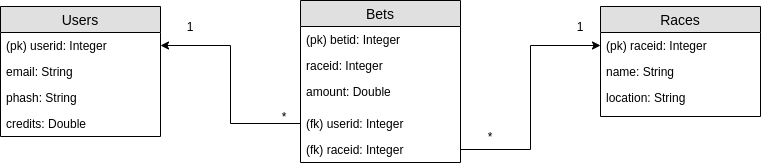
Earlier version of the draw.io export documentation/Totogram.png (Tykky/toto-betting). Source tidied: cells renumbered, new cells last; positions are measured from the earlier drawing's top-left corner, leaving out a move shared by most shapes. The source it was exported from:
```xml
<mxGraphModel>
  <root>
    <mxCell id="0" />
    <mxCell id="1" parent="0" />
    <mxCell id="2" value="Users" style="swimlane;fontStyle=0;horizontal=1;startSize=26;fillColor=#e0e0e0;swimlaneFillColor=#ffffff;align=center;fontSize=14;" parent="1" vertex="1">
      <mxGeometry y="6" width="160" height="130" as="geometry" />
    </mxCell>
    <mxCell id="3" value="(pk) userid: Integer" style="text;strokeColor=none;fillColor=none;spacingLeft=4;spacingRight=4;overflow=hidden;points=[[0,0.5],[1,0.5]];portConstraint=eastwest;fontSize=12;" parent="2" vertex="1">
      <mxGeometry y="26" width="160" height="26" as="geometry" />
    </mxCell>
    <mxCell id="4" value="email: String" style="text;strokeColor=none;fillColor=none;spacingLeft=4;spacingRight=4;overflow=hidden;fontSize=12;" parent="2" vertex="1">
      <mxGeometry y="52" width="160" height="26" as="geometry" />
    </mxCell>
    <mxCell id="5" value="phash: String" style="text;strokeColor=none;fillColor=none;spacingLeft=4;spacingRight=4;overflow=hidden;fontSize=12;" parent="2" vertex="1">
      <mxGeometry y="78" width="160" height="26" as="geometry" />
    </mxCell>
    <mxCell id="6" value="credits: Double" style="text;strokeColor=none;fillColor=none;spacingLeft=4;spacingRight=4;overflow=hidden;fontSize=12;" parent="2" vertex="1">
      <mxGeometry y="104" width="160" height="26" as="geometry" />
    </mxCell>
    <mxCell id="7" value="Bets" style="swimlane;fontStyle=0;horizontal=1;startSize=26;fillColor=#e0e0e0;swimlaneFillColor=#ffffff;align=center;fontSize=14;" parent="1" vertex="1">
      <mxGeometry x="300" width="160" height="162" as="geometry" />
    </mxCell>
    <mxCell id="8" value="(pk) betid: Integer" style="text;strokeColor=none;fillColor=none;spacingLeft=4;spacingRight=4;overflow=hidden;fontSize=12;" parent="7" vertex="1">
      <mxGeometry y="26" width="160" height="26" as="geometry" />
    </mxCell>
    <mxCell id="9" value="raceid: Integer" style="text;strokeColor=none;fillColor=none;spacingLeft=4;spacingRight=4;overflow=hidden;fontSize=12;" parent="7" vertex="1">
      <mxGeometry y="52" width="160" height="26" as="geometry" />
    </mxCell>
    <mxCell id="10" value="amount: Double" style="text;strokeColor=none;fillColor=none;spacingLeft=4;spacingRight=4;overflow=hidden;fontSize=12;" parent="7" vertex="1">
      <mxGeometry y="78" width="160" height="32" as="geometry" />
    </mxCell>
    <mxCell id="11" value="(fk) userid: Integer" style="text;strokeColor=none;fillColor=none;spacingLeft=4;spacingRight=4;overflow=hidden;points=[[0,0.5],[1,0.5]];portConstraint=eastwest;fontSize=12;" parent="7" vertex="1">
      <mxGeometry y="110" width="160" height="26" as="geometry" />
    </mxCell>
    <mxCell id="12" value="(fk) raceid: Integer" style="text;strokeColor=none;fillColor=none;spacingLeft=4;spacingRight=4;overflow=hidden;points=[[0,0.5],[1,0.5]];portConstraint=eastwest;fontSize=12;" parent="7" vertex="1">
      <mxGeometry y="136" width="160" height="26" as="geometry" />
    </mxCell>
    <mxCell id="13" style="edgeStyle=orthogonalEdgeStyle;rounded=0;jettySize=auto;html=1;exitX=0;exitY=0.5;exitDx=0;exitDy=0;entryX=1;entryY=0.5;entryDx=0;entryDy=0;" parent="1" edge="1" source="11" target="3">
      <mxGeometry relative="1" as="geometry" />
    </mxCell>
    <mxCell id="14" value="1" style="text;html=1;strokeColor=none;fillColor=none;align=center;verticalAlign=middle;whiteSpace=wrap;rounded=0;" parent="1" vertex="1">
      <mxGeometry x="170" y="16" width="40" height="20" as="geometry" />
    </mxCell>
    <mxCell id="15" value="*" style="text;html=1;strokeColor=none;fillColor=none;align=center;verticalAlign=middle;whiteSpace=wrap;rounded=0;" parent="1" vertex="1">
      <mxGeometry x="264" y="106" width="40" height="20" as="geometry" />
    </mxCell>
    <mxCell id="16" value="Races" style="swimlane;fontStyle=0;horizontal=1;startSize=26;fillColor=#e0e0e0;swimlaneFillColor=#ffffff;align=center;fontSize=14;" parent="1" vertex="1">
      <mxGeometry x="600" y="6" width="160" height="110" as="geometry" />
    </mxCell>
    <mxCell id="17" value="(pk) raceid: Integer" style="text;strokeColor=none;fillColor=none;spacingLeft=4;spacingRight=4;overflow=hidden;points=[[0,0.5],[1,0.5]];portConstraint=eastwest;fontSize=12;" parent="16" vertex="1">
      <mxGeometry y="26" width="160" height="26" as="geometry" />
    </mxCell>
    <mxCell id="18" value="name: String" style="text;strokeColor=none;fillColor=none;spacingLeft=4;spacingRight=4;overflow=hidden;fontSize=12;" parent="16" vertex="1">
      <mxGeometry y="52" width="160" height="26" as="geometry" />
    </mxCell>
    <mxCell id="19" value="location: String" style="text;strokeColor=none;fillColor=none;spacingLeft=4;spacingRight=4;overflow=hidden;fontSize=12;" parent="16" vertex="1">
      <mxGeometry y="78" width="160" height="32" as="geometry" />
    </mxCell>
    <mxCell id="20" style="edgeStyle=orthogonalEdgeStyle;rounded=0;jettySize=auto;html=1;exitX=1;exitY=0.5;exitDx=0;exitDy=0;entryX=0;entryY=0.5;entryDx=0;entryDy=0;" parent="1" edge="1" source="12" target="17">
      <mxGeometry relative="1" as="geometry" />
    </mxCell>
    <mxCell id="21" value="1" style="text;html=1;strokeColor=none;fillColor=none;align=center;verticalAlign=middle;whiteSpace=wrap;rounded=0;" parent="1" vertex="1">
      <mxGeometry x="560" y="16" width="40" height="20" as="geometry" />
    </mxCell>
    <mxCell id="22" value="*" style="text;html=1;strokeColor=none;fillColor=none;align=center;verticalAlign=middle;whiteSpace=wrap;rounded=0;" parent="1" vertex="1">
      <mxGeometry x="470" y="126" width="40" height="20" as="geometry" />
    </mxCell>
  </root>
</mxGraphModel>
```
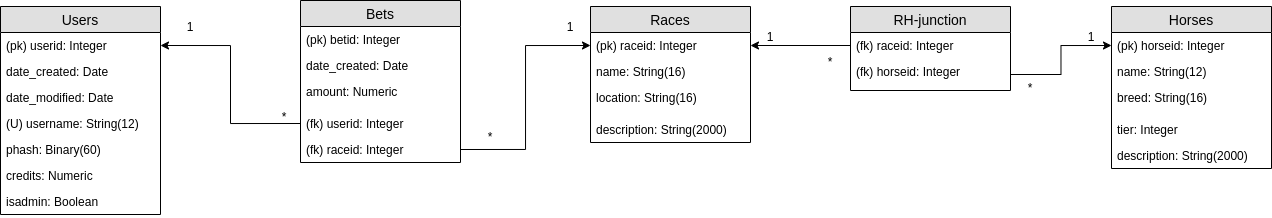
After the change.

Commit message:
Update database diagram

Diff of the diagram source:
```diff
@@ -3,30 +3,39 @@
     <mxCell id="0" />
     <mxCell id="1" parent="0" />
     <mxCell id="2" value="Users" style="swimlane;fontStyle=0;horizontal=1;startSize=26;fillColor=#e0e0e0;swimlaneFillColor=#ffffff;align=center;fontSize=14;" parent="1" vertex="1">
-      <mxGeometry y="6" width="160" height="130" as="geometry" />
+      <mxGeometry y="6" width="160" height="208" as="geometry" />
     </mxCell>
     <mxCell id="3" value="(pk) userid: Integer" style="text;strokeColor=none;fillColor=none;spacingLeft=4;spacingRight=4;overflow=hidden;points=[[0,0.5],[1,0.5]];portConstraint=eastwest;fontSize=12;" parent="2" vertex="1">
       <mxGeometry y="26" width="160" height="26" as="geometry" />
     </mxCell>
+    <mxCell id="23" value="date_created: Date" style="text;strokeColor=none;fillColor=none;spacingLeft=4;spacingRight=4;overflow=hidden;fontSize=12;" parent="2" vertex="1">
+      <mxGeometry y="52" width="160" height="26" as="geometry" />
+    </mxCell>
+    <mxCell id="24" value="date_modified: Date" style="text;strokeColor=none;fillColor=none;spacingLeft=4;spacingRight=4;overflow=hidden;fontSize=12;" parent="2" vertex="1">
+      <mxGeometry y="78" width="160" height="26" as="geometry" />
+    </mxCell>
-    <mxCell id="4" value="email: String" style="text;strokeColor=none;fillColor=none;spacingLeft=4;spacingRight=4;overflow=hidden;fontSize=12;" parent="2" vertex="1">
-      <mxGeometry y="52" width="160" height="26" as="geometry" />
+    <mxCell id="4" value="(U) username: String(12)" style="text;strokeColor=none;fillColor=none;spacingLeft=4;spacingRight=4;overflow=hidden;fontSize=12;" parent="2" vertex="1">
+      <mxGeometry y="104" width="160" height="26" as="geometry" />
     </mxCell>
-    <mxCell id="5" value="phash: String" style="text;strokeColor=none;fillColor=none;spacingLeft=4;spacingRight=4;overflow=hidden;fontSize=12;" parent="2" vertex="1">
-      <mxGeometry y="78" width="160" height="26" as="geometry" />
+    <mxCell id="5" value="phash: Binary(60)" style="text;strokeColor=none;fillColor=none;spacingLeft=4;spacingRight=4;overflow=hidden;fontSize=12;" parent="2" vertex="1">
+      <mxGeometry y="130" width="160" height="26" as="geometry" />
     </mxCell>
-    <mxCell id="6" value="credits: Double" style="text;strokeColor=none;fillColor=none;spacingLeft=4;spacingRight=4;overflow=hidden;fontSize=12;" parent="2" vertex="1">
-      <mxGeometry y="104" width="160" height="26" as="geometry" />
+    <mxCell id="6" value="credits: Numeric" style="text;strokeColor=none;fillColor=none;spacingLeft=4;spacingRight=4;overflow=hidden;fontSize=12;" parent="2" vertex="1">
+      <mxGeometry y="156" width="160" height="26" as="geometry" />
     </mxCell>
+    <mxCell id="25" value="isadmin: Boolean" style="text;strokeColor=none;fillColor=none;spacingLeft=4;spacingRight=4;overflow=hidden;fontSize=12;" parent="2" vertex="1">
+      <mxGeometry y="182" width="160" height="26" as="geometry" />
+    </mxCell>
     <mxCell id="7" value="Bets" style="swimlane;fontStyle=0;horizontal=1;startSize=26;fillColor=#e0e0e0;swimlaneFillColor=#ffffff;align=center;fontSize=14;" parent="1" vertex="1">
       <mxGeometry x="300" width="160" height="162" as="geometry" />
     </mxCell>
     <mxCell id="8" value="(pk) betid: Integer" style="text;strokeColor=none;fillColor=none;spacingLeft=4;spacingRight=4;overflow=hidden;fontSize=12;" parent="7" vertex="1">
       <mxGeometry y="26" width="160" height="26" as="geometry" />
     </mxCell>
-    <mxCell id="9" value="raceid: Integer" style="text;strokeColor=none;fillColor=none;spacingLeft=4;spacingRight=4;overflow=hidden;fontSize=12;" parent="7" vertex="1">
-      <mxGeometry y="52" width="160" height="26" as="geometry" />
-    </mxCell>
+    <mxCell id="26" value="date_created: Date" style="text;strokeColor=none;fillColor=none;spacingLeft=4;spacingRight=4;overflow=hidden;fontSize=12;" parent="7" vertex="1">
+      <mxGeometry y="52" width="160" height="26" as="geometry" />
+    </mxCell>
-    <mxCell id="10" value="amount: Double" style="text;strokeColor=none;fillColor=none;spacingLeft=4;spacingRight=4;overflow=hidden;fontSize=12;" parent="7" vertex="1">
+    <mxCell id="10" value="amount: Numeric" style="text;strokeColor=none;fillColor=none;spacingLeft=4;spacingRight=4;overflow=hidden;fontSize=12;" parent="7" vertex="1">
       <mxGeometry y="78" width="160" height="32" as="geometry" />
     </mxCell>
     <mxCell id="11" value="(fk) userid: Integer" style="text;strokeColor=none;fillColor=none;spacingLeft=4;spacingRight=4;overflow=hidden;points=[[0,0.5],[1,0.5]];portConstraint=eastwest;fontSize=12;" parent="7" vertex="1">
@@ -44,26 +53,74 @@
     <mxCell id="15" value="*" style="text;html=1;strokeColor=none;fillColor=none;align=center;verticalAlign=middle;whiteSpace=wrap;rounded=0;" parent="1" vertex="1">
       <mxGeometry x="264" y="106" width="40" height="20" as="geometry" />
     </mxCell>
+    <mxCell id="20" style="edgeStyle=orthogonalEdgeStyle;rounded=0;jettySize=auto;html=1;exitX=1;exitY=0.5;exitDx=0;exitDy=0;entryX=0;entryY=0.5;entryDx=0;entryDy=0;" parent="1" edge="1" source="12" target="17">
+      <mxGeometry relative="1" as="geometry" />
+    </mxCell>
+    <mxCell id="21" value="1" style="text;html=1;strokeColor=none;fillColor=none;align=center;verticalAlign=middle;whiteSpace=wrap;rounded=0;" parent="1" vertex="1">
+      <mxGeometry x="550" y="16" width="40" height="20" as="geometry" />
+    </mxCell>
+    <mxCell id="22" value="*" style="text;html=1;strokeColor=none;fillColor=none;align=center;verticalAlign=middle;whiteSpace=wrap;rounded=0;" parent="1" vertex="1">
+      <mxGeometry x="470" y="126" width="40" height="20" as="geometry" />
+    </mxCell>
     <mxCell id="16" value="Races" style="swimlane;fontStyle=0;horizontal=1;startSize=26;fillColor=#e0e0e0;swimlaneFillColor=#ffffff;align=center;fontSize=14;" parent="1" vertex="1">
-      <mxGeometry x="600" y="6" width="160" height="110" as="geometry" />
+      <mxGeometry x="590" y="6" width="160" height="136" as="geometry" />
     </mxCell>
     <mxCell id="17" value="(pk) raceid: Integer" style="text;strokeColor=none;fillColor=none;spacingLeft=4;spacingRight=4;overflow=hidden;points=[[0,0.5],[1,0.5]];portConstraint=eastwest;fontSize=12;" parent="16" vertex="1">
       <mxGeometry y="26" width="160" height="26" as="geometry" />
     </mxCell>
-    <mxCell id="18" value="name: String" style="text;strokeColor=none;fillColor=none;spacingLeft=4;spacingRight=4;overflow=hidden;fontSize=12;" parent="16" vertex="1">
+    <mxCell id="18" value="name: String(16)" style="text;strokeColor=none;fillColor=none;spacingLeft=4;spacingRight=4;overflow=hidden;fontSize=12;" parent="16" vertex="1">
       <mxGeometry y="52" width="160" height="26" as="geometry" />
     </mxCell>
-    <mxCell id="19" value="location: String" style="text;strokeColor=none;fillColor=none;spacingLeft=4;spacingRight=4;overflow=hidden;fontSize=12;" parent="16" vertex="1">
+    <mxCell id="19" value="location: String(16)" style="text;strokeColor=none;fillColor=none;spacingLeft=4;spacingRight=4;overflow=hidden;fontSize=12;" parent="16" vertex="1">
       <mxGeometry y="78" width="160" height="32" as="geometry" />
     </mxCell>
-    <mxCell id="20" style="edgeStyle=orthogonalEdgeStyle;rounded=0;jettySize=auto;html=1;exitX=1;exitY=0.5;exitDx=0;exitDy=0;entryX=0;entryY=0.5;entryDx=0;entryDy=0;" parent="1" edge="1" source="12" target="17">
-      <mxGeometry relative="1" as="geometry" />
-    </mxCell>
-    <mxCell id="21" value="1" style="text;html=1;strokeColor=none;fillColor=none;align=center;verticalAlign=middle;whiteSpace=wrap;rounded=0;" parent="1" vertex="1">
-      <mxGeometry x="560" y="16" width="40" height="20" as="geometry" />
-    </mxCell>
-    <mxCell id="22" value="*" style="text;html=1;strokeColor=none;fillColor=none;align=center;verticalAlign=middle;whiteSpace=wrap;rounded=0;" parent="1" vertex="1">
-      <mxGeometry x="470" y="126" width="40" height="20" as="geometry" />
-    </mxCell>
+    <mxCell id="27" value="description: String(2000)" style="text;strokeColor=none;fillColor=none;spacingLeft=4;spacingRight=4;overflow=hidden;fontSize=12;" parent="16" vertex="1">
+      <mxGeometry y="110" width="160" height="26" as="geometry" />
+    </mxCell>
+    <mxCell id="28" value="Horses" style="swimlane;fontStyle=0;horizontal=1;startSize=26;fillColor=#e0e0e0;swimlaneFillColor=#ffffff;align=center;fontSize=14;" parent="1" vertex="1">
+      <mxGeometry x="1111" y="6" width="160" height="162" as="geometry" />
+    </mxCell>
+    <mxCell id="29" value="(pk) horseid: Integer" style="text;strokeColor=none;fillColor=none;spacingLeft=4;spacingRight=4;overflow=hidden;points=[[0,0.5],[1,0.5]];portConstraint=eastwest;fontSize=12;" parent="28" vertex="1">
+      <mxGeometry y="26" width="160" height="26" as="geometry" />
+    </mxCell>
+    <mxCell id="30" value="name: String(12)" style="text;strokeColor=none;fillColor=none;spacingLeft=4;spacingRight=4;overflow=hidden;fontSize=12;" parent="28" vertex="1">
+      <mxGeometry y="52" width="160" height="26" as="geometry" />
+    </mxCell>
+    <mxCell id="31" value="breed: String(16)" style="text;strokeColor=none;fillColor=none;spacingLeft=4;spacingRight=4;overflow=hidden;fontSize=12;" parent="28" vertex="1">
+      <mxGeometry y="78" width="160" height="32" as="geometry" />
+    </mxCell>
+    <mxCell id="32" value="tier: Integer" style="text;strokeColor=none;fillColor=none;spacingLeft=4;spacingRight=4;overflow=hidden;fontSize=12;" parent="28" vertex="1">
+      <mxGeometry y="110" width="160" height="26" as="geometry" />
+    </mxCell>
+    <mxCell id="33" value="description: String(2000)" style="text;strokeColor=none;fillColor=none;spacingLeft=4;spacingRight=4;overflow=hidden;fontSize=12;" parent="28" vertex="1">
+      <mxGeometry y="136" width="160" height="26" as="geometry" />
+    </mxCell>
+    <mxCell id="34" value="RH-junction" style="swimlane;fontStyle=0;horizontal=1;startSize=26;fillColor=#e0e0e0;swimlaneFillColor=#ffffff;align=center;fontSize=14;" parent="1" vertex="1">
+      <mxGeometry x="850" y="6" width="160" height="84" as="geometry" />
+    </mxCell>
+    <mxCell id="35" value="(fk) raceid: Integer" style="text;strokeColor=none;fillColor=none;spacingLeft=4;spacingRight=4;overflow=hidden;points=[[0,0.5],[1,0.5]];portConstraint=eastwest;fontSize=12;" parent="34" vertex="1">
+      <mxGeometry y="26" width="160" height="26" as="geometry" />
+    </mxCell>
+    <mxCell id="36" value="(fk) horseid: Integer" style="text;strokeColor=none;fillColor=none;spacingLeft=4;spacingRight=4;overflow=hidden;points=[[0,0.5],[1,0.5]];portConstraint=eastwest;fontSize=12;" parent="34" vertex="1">
+      <mxGeometry y="52" width="160" height="32" as="geometry" />
+    </mxCell>
+    <mxCell id="37" style="edgeStyle=orthogonalEdgeStyle;rounded=0;jettySize=auto;html=1;exitX=1;exitY=0.5;exitDx=0;exitDy=0;entryX=0;entryY=0.5;entryDx=0;entryDy=0;" parent="1" edge="1" source="36" target="29">
+      <mxGeometry relative="1" as="geometry" />
+    </mxCell>
+    <mxCell id="38" style="edgeStyle=orthogonalEdgeStyle;rounded=0;jettySize=auto;html=1;exitX=0;exitY=0.5;exitDx=0;exitDy=0;entryX=1;entryY=0.5;entryDx=0;entryDy=0;" parent="1" edge="1" source="35" target="17">
+      <mxGeometry relative="1" as="geometry" />
+    </mxCell>
+    <mxCell id="39" value="1" style="text;html=1;strokeColor=none;fillColor=none;align=center;verticalAlign=middle;whiteSpace=wrap;rounded=0;" parent="1" vertex="1">
+      <mxGeometry x="750" y="26" width="40" height="20" as="geometry" />
+    </mxCell>
+    <mxCell id="40" value="*" style="text;html=1;strokeColor=none;fillColor=none;align=center;verticalAlign=middle;whiteSpace=wrap;rounded=0;" parent="1" vertex="1">
+      <mxGeometry x="810" y="51" width="40" height="20" as="geometry" />
+    </mxCell>
+    <mxCell id="41" value="*" style="text;html=1;strokeColor=none;fillColor=none;align=center;verticalAlign=middle;whiteSpace=wrap;rounded=0;" parent="1" vertex="1">
+      <mxGeometry x="1010" y="77" width="40" height="20" as="geometry" />
+    </mxCell>
+    <mxCell id="42" value="1" style="text;html=1;strokeColor=none;fillColor=none;align=center;verticalAlign=middle;whiteSpace=wrap;rounded=0;" parent="1" vertex="1">
+      <mxGeometry x="1071" y="26" width="40" height="20" as="geometry" />
+    </mxCell>
   </root>
 </mxGraphModel>
```
